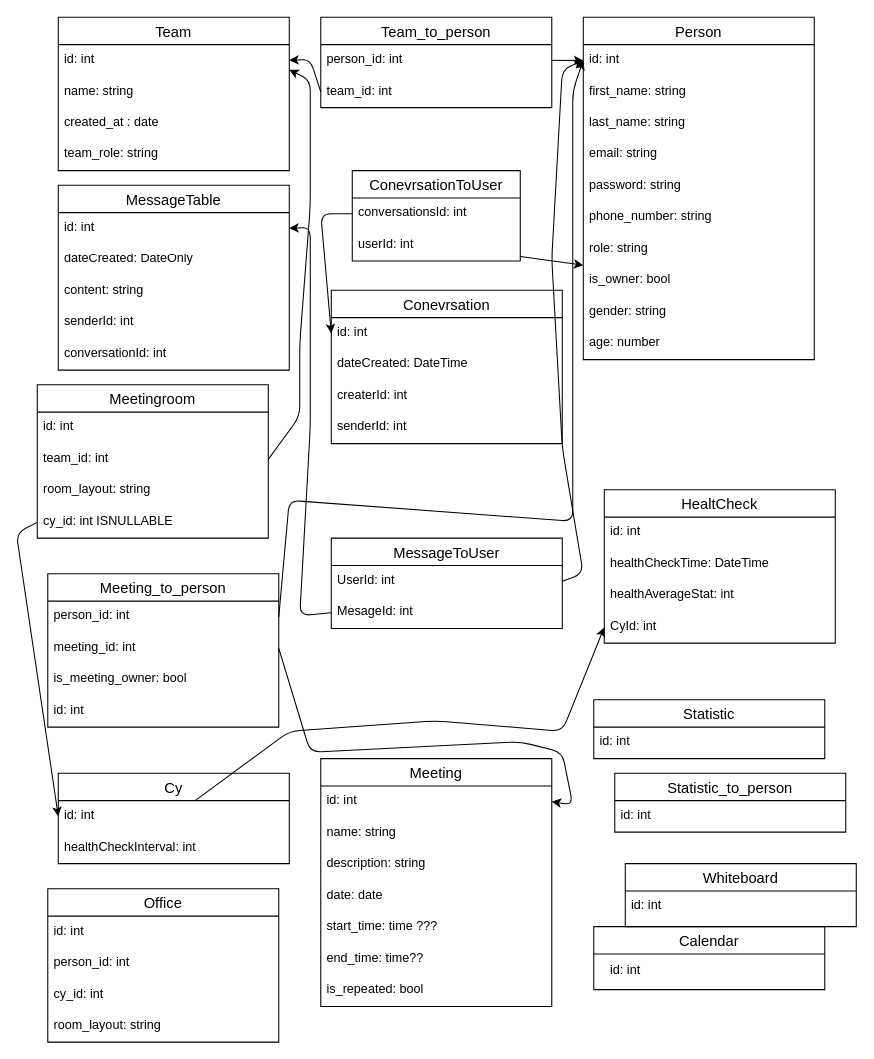
Earlier version of the draw.io diagram Cydrawio.drawio (Sfinx-Development/CY-virtualworkplace). Source tidied: cells renumbered, new cells numbered last; positions are measured from the earlier drawing's top-left corner, leaving out a move shared by most shapes. Both pictures are drawn from the tidied source at 105%, with x=0, y=0 at pixel (16, 17).
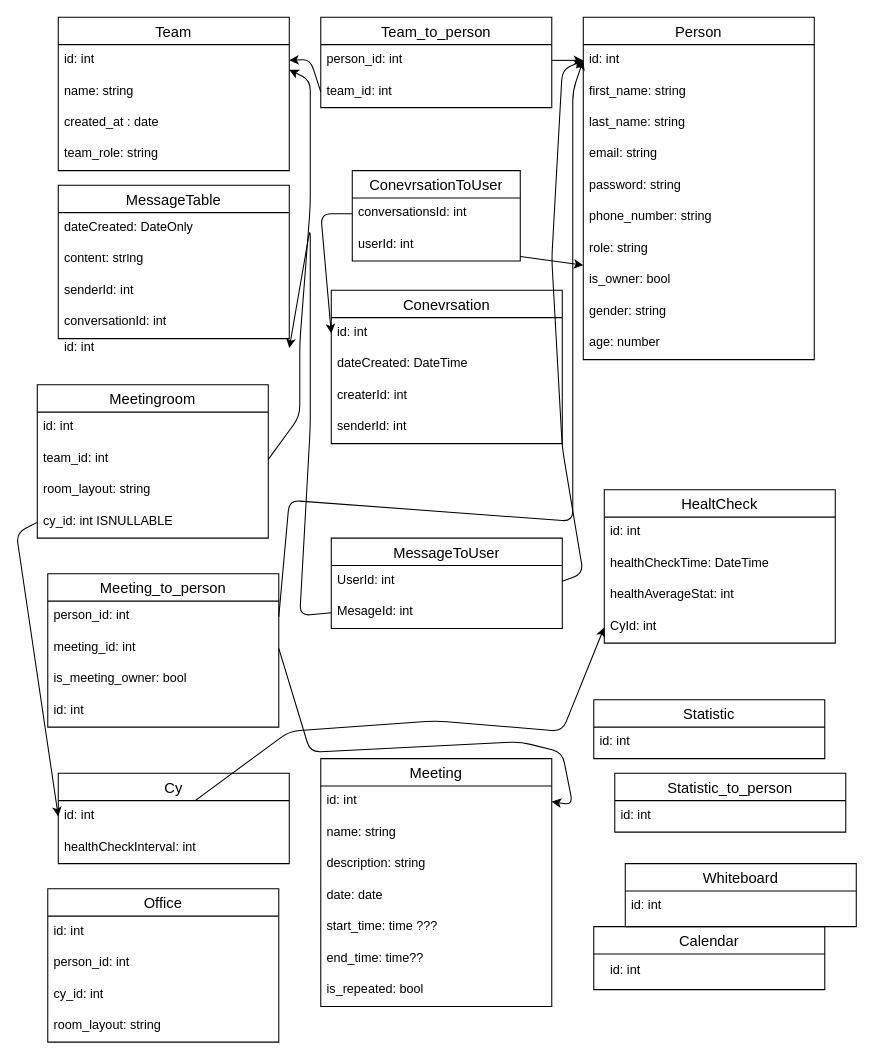
Above is the later version.

The edit, as a diff of the source:
```diff
@@
     <mxCell id="66" value="MessageTable" style="swimlane;fontStyle=0;horizontal=1;startSize=26;align=center;fontSize=14;" parent="1" vertex="1">
-      <mxGeometry x="40" y="160" width="220" height="176" as="geometry" />
+      <mxGeometry x="40" y="160" width="220" height="146" as="geometry" />
     </mxCell>
-    <mxCell id="67" value="id: int" style="text;strokeColor=none;fillColor=none;spacingLeft=4;spacingRight=4;overflow=hidden;points=[[0,0.5],[1,0.5]];portConstraint=eastwest;fontSize=12;" parent="66" vertex="1">
-      <mxGeometry y="26" width="220" height="30" as="geometry" />
-    </mxCell>
     <mxCell id="68" value="dateCreated: DateOnly" style="text;strokeColor=none;fillColor=none;spacingLeft=4;spacingRight=4;overflow=hidden;fontSize=12;" parent="66" vertex="1">
-      <mxGeometry y="56" width="220" height="30" as="geometry" />
+      <mxGeometry y="26" width="220" height="30" as="geometry" />
     </mxCell>
     <mxCell id="69" value="content: string" style="text;strokeColor=none;fillColor=none;spacingLeft=4;spacingRight=4;overflow=hidden;fontSize=12;" parent="66" vertex="1">
-      <mxGeometry y="86" width="220" height="30" as="geometry" />
+      <mxGeometry y="56" width="220" height="30" as="geometry" />
     </mxCell>
     <mxCell id="70" value="senderId: int" style="text;strokeColor=none;fillColor=none;spacingLeft=4;spacingRight=4;overflow=hidden;fontSize=12;" parent="66" vertex="1">
-      <mxGeometry y="116" width="220" height="30" as="geometry" />
+      <mxGeometry y="86" width="220" height="30" as="geometry" />
     </mxCell>
     <mxCell id="71" value="conversationId: int" style="text;strokeColor=none;fillColor=none;spacingLeft=4;spacingRight=4;overflow=hidden;fontSize=12;" parent="66" vertex="1">
-      <mxGeometry y="146" width="220" height="30" as="geometry" />
+      <mxGeometry y="116" width="220" height="30" as="geometry" />
     </mxCell>
@@
+    <mxCell id="67" value="id: int" style="text;strokeColor=none;fillColor=none;spacingLeft=4;spacingRight=4;overflow=hidden;points=[[0,0.5],[1,0.5]];portConstraint=eastwest;fontSize=12;" parent="1" vertex="1">
+      <mxGeometry x="40" y="300" width="220" height="30" as="geometry" />
+    </mxCell>
```
